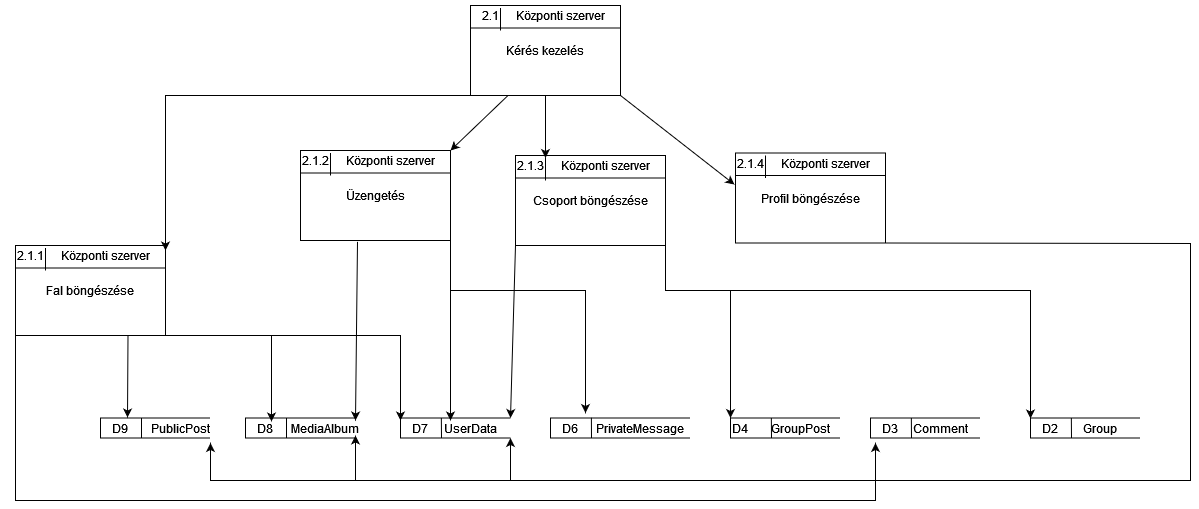
AasinR/post-request keeps this draw.io diagram as documentation/diagrams/adatfolyam 3.drawio.png. Above is the earlier version. Source tidied: cells renumbered, new cells last; positions are measured from the earlier drawing's top-left corner, leaving out a move shared by most shapes.
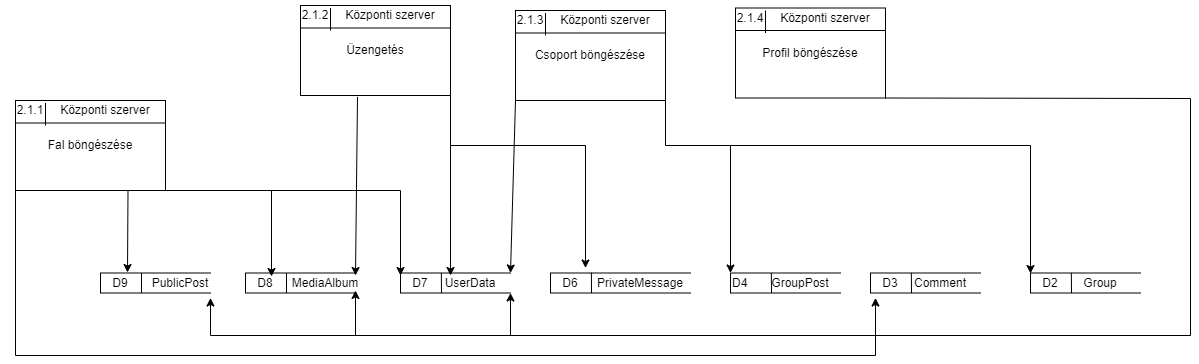
The same file after the commit.

The edit, as a diff of the source:
```diff
@@ -2,21 +2,6 @@
   <root>
     <mxCell id="0" />
     <mxCell id="1" parent="0" />
-    <mxCell id="2" value="Kérés kezelés" style="rounded=0;whiteSpace=wrap;html=1;fillColor=default;" parent="1" vertex="1">
-      <mxGeometry x="470" y="5" width="150" height="90" as="geometry" />
-    </mxCell>
-    <mxCell id="3" value="2.1" style="text;html=1;strokeColor=none;fillColor=none;align=center;verticalAlign=middle;whiteSpace=wrap;rounded=0;" parent="1" vertex="1">
-      <mxGeometry x="460" width="60" height="30" as="geometry" />
-    </mxCell>
-    <mxCell id="4" value="Központi szerver" style="text;html=1;strokeColor=none;fillColor=none;align=center;verticalAlign=middle;whiteSpace=wrap;rounded=0;" parent="1" vertex="1">
-      <mxGeometry x="500" width="120" height="30" as="geometry" />
-    </mxCell>
-    <mxCell id="5" style="endArrow=none;html=1;rounded=0;entryX=1;entryY=0.25;entryDx=0;entryDy=0;exitX=0;exitY=0.25;exitDx=0;exitDy=0;" parent="1" edge="1" source="2" target="2">
-      <mxGeometry relative="1" as="geometry" />
-    </mxCell>
-    <mxCell id="6" style="endArrow=none;html=1;rounded=0;entryX=0;entryY=0.25;entryDx=0;entryDy=0;exitX=0;exitY=1;exitDx=0;exitDy=0;" parent="1" edge="1" source="4" target="4">
-      <mxGeometry relative="1" as="geometry" />
-    </mxCell>
     <mxCell id="7" style="strokeWidth=1;html=1;shape=mxgraph.flowchart.annotation_1;align=left;fillColor=#FFFFFF;" parent="1" vertex="1">
       <mxGeometry x="550" y="417.5" width="140" height="20" as="geometry" />
     </mxCell>
@@ -129,14 +114,6 @@
     <mxCell id="38" style="endArrow=none;html=1;rounded=0;entryX=0;entryY=0.25;entryDx=0;entryDy=0;exitX=0;exitY=1;exitDx=0;exitDy=0;" parent="1" edge="1" source="36" target="36">
       <mxGeometry relative="1" as="geometry" />
     </mxCell>
-    <mxCell id="39" style="endArrow=classic;html=1;rounded=0;exitX=0.25;exitY=1;exitDx=0;exitDy=0;" parent="1" edge="1" source="2">
-      <mxGeometry relative="1" as="geometry">
-        <mxPoint x="165" y="250" as="targetPoint" />
-        <Array as="points">
-          <mxPoint x="165" y="95" />
-        </Array>
-      </mxGeometry>
-    </mxCell>
     <mxCell id="40" style="endArrow=classic;html=1;rounded=0;exitX=0.75;exitY=1;exitDx=0;exitDy=0;" parent="1" edge="1" source="34">
       <mxGeometry relative="1" as="geometry">
         <mxPoint x="127" y="417" as="targetPoint" />
@@ -165,11 +142,6 @@
     <mxCell id="46" style="endArrow=none;html=1;rounded=0;entryX=0;entryY=0.25;entryDx=0;entryDy=0;exitX=0;exitY=1;exitDx=0;exitDy=0;" parent="1" edge="1" source="44" target="44">
       <mxGeometry relative="1" as="geometry" />
     </mxCell>
-    <mxCell id="47" style="endArrow=classic;html=1;rounded=0;exitX=0.25;exitY=1;exitDx=0;exitDy=0;" parent="1" edge="1" source="2">
-      <mxGeometry relative="1" as="geometry">
-        <mxPoint x="450" y="150" as="targetPoint" />
-      </mxGeometry>
-    </mxCell>
     <mxCell id="48" style="endArrow=classic;html=1;rounded=0;exitX=1;exitY=1;exitDx=0;exitDy=0;" parent="1" edge="1" source="42">
       <mxGeometry relative="1" as="geometry">
         <mxPoint x="450" y="420" as="targetPoint" />
@@ -201,9 +173,6 @@
     <mxCell id="55" style="endArrow=none;html=1;rounded=0;entryX=0;entryY=0.25;entryDx=0;entryDy=0;exitX=0;exitY=1;exitDx=0;exitDy=0;" parent="1" edge="1" source="53" target="53">
       <mxGeometry relative="1" as="geometry" />
     </mxCell>
-    <mxCell id="56" style="endArrow=classic;html=1;rounded=0;entryX=0;entryY=0.25;entryDx=0;entryDy=0;exitX=0.5;exitY=1;exitDx=0;exitDy=0;" parent="1" edge="1" source="2" target="53">
-      <mxGeometry relative="1" as="geometry" />
-    </mxCell>
     <mxCell id="57" style="endArrow=classic;html=1;rounded=0;entryX=1;entryY=0;entryDx=0;entryDy=0;entryPerimeter=0;exitX=0;exitY=1;exitDx=0;exitDy=0;" parent="1" edge="1" source="51" target="11">
       <mxGeometry relative="1" as="geometry" />
     </mxCell>
@@ -252,9 +221,6 @@
         </Array>
       </mxGeometry>
     </mxCell>
-    <mxCell id="67" style="endArrow=classic;html=1;rounded=0;exitX=1;exitY=1;exitDx=0;exitDy=0;entryX=-0.007;entryY=0.35;entryDx=0;entryDy=0;entryPerimeter=0;" parent="1" edge="1" source="2" target="60">
-      <mxGeometry relative="1" as="geometry" />
-    </mxCell>
     <mxCell id="68" style="endArrow=classic;html=1;rounded=0;entryX=1;entryY=0.75;entryDx=0;entryDy=0;" parent="1" edge="1" target="18">
       <mxGeometry relative="1" as="geometry">
         <mxPoint x="355" y="480" as="sourcePoint" />
```
